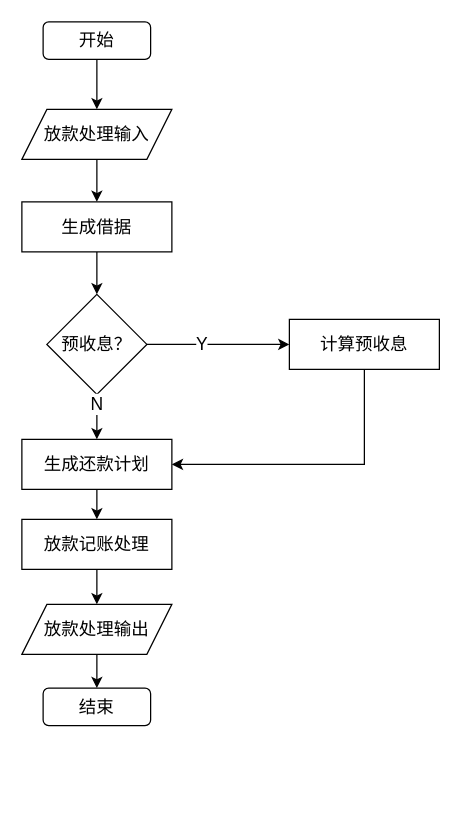
Earlier version of the draw.io diagram page "drawdown" (3 of 4) of Untitled Diagram.drawio (tangqingguo/fairyland). Source tidied: cells renumbered, new cells numbered last; positions are measured from the earlier drawing's top-left corner, leaving out a move shared by most shapes. Both pictures are drawn from the tidied source at 125%, with x=0, y=0 at pixel (21, 21).
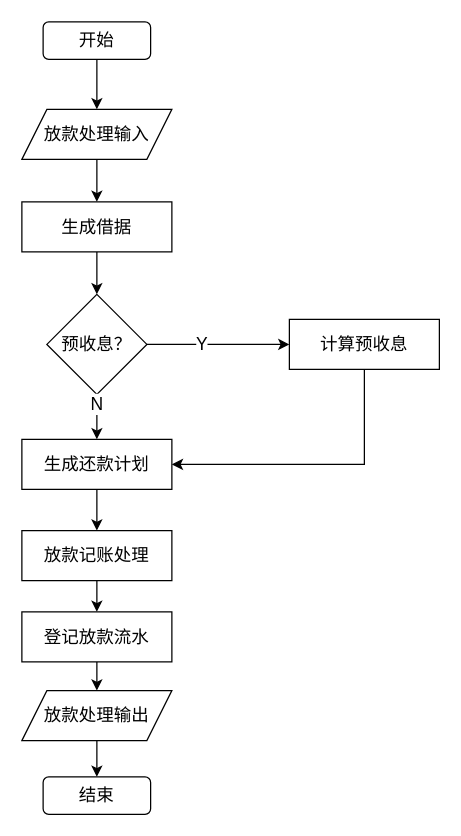
Above is the later version.

Diff of the diagram source:
```diff
@@
-    <mxCell id="8" style="edgeStyle=orthogonalEdgeStyle;rounded=0;jettySize=auto;html=1;fontSize=14;" parent="1" edge="1" source="9" target="13">
+    <mxCell id="8" style="edgeStyle=orthogonalEdgeStyle;rounded=0;jettySize=auto;html=1;fontSize=14;entryX=0.5;entryY=0;entryDx=0;entryDy=0;" parent="1" edge="1" source="9" target="23">
       <mxGeometry relative="1" as="geometry" />
     </mxCell>
     <mxCell id="9" value="放款记账处理" style="rounded=0;whiteSpace=wrap;html=1;fontStyle=0;fontSize=14;" parent="1" vertex="1">
-      <mxGeometry y="398" width="120" height="40" as="geometry" />
+      <mxGeometry y="407" width="120" height="40" as="geometry" />
     </mxCell>
@@
     <mxCell id="13" value="放款处理输出" style="shape=parallelogram;perimeter=parallelogramPerimeter;whiteSpace=wrap;html=1;fixedSize=1;fontStyle=0;fontSize=14;" parent="1" vertex="1">
-      <mxGeometry y="466" width="120" height="40" as="geometry" />
+      <mxGeometry y="535" width="120" height="40" as="geometry" />
     </mxCell>
     <mxCell id="14" value="结束" style="rounded=1;whiteSpace=wrap;html=1;fontStyle=0;fontSize=14;" parent="1" vertex="1">
-      <mxGeometry x="17" y="533" width="86" height="30" as="geometry" />
+      <mxGeometry x="17" y="604" width="86" height="30" as="geometry" />
     </mxCell>
-    <mxCell id="15" style="edgeStyle=orthogonalEdgeStyle;rounded=0;jettySize=auto;html=1;entryX=0.5;entryY=0;entryDx=0;entryDy=0;exitX=0.5;exitY=1;exitDx=0;exitDy=0;" parent="1" edge="1" source="13" target="14">
-      <mxGeometry relative="1" as="geometry" />
-    </mxCell>
@@
+    <mxCell id="23" value="登记放款流水" style="rounded=0;whiteSpace=wrap;html=1;fontStyle=0;fontSize=14;" parent="1" vertex="1">
+      <mxGeometry y="472" width="120" height="40" as="geometry" />
+    </mxCell>
+    <mxCell id="24" style="edgeStyle=orthogonalEdgeStyle;rounded=0;jettySize=auto;html=1;fontSize=14;entryX=0.5;entryY=0;entryDx=0;entryDy=0;exitX=0.5;exitY=1;exitDx=0;exitDy=0;" parent="1" edge="1" source="23" target="13">
+      <mxGeometry relative="1" as="geometry" />
+    </mxCell>
+    <mxCell id="15" style="edgeStyle=orthogonalEdgeStyle;rounded=0;jettySize=auto;html=1;fontSize=14;exitX=0.5;exitY=1;exitDx=0;exitDy=0;" parent="1" edge="1" source="13" target="14">
+      <mxGeometry relative="1" as="geometry" />
+    </mxCell>
```
